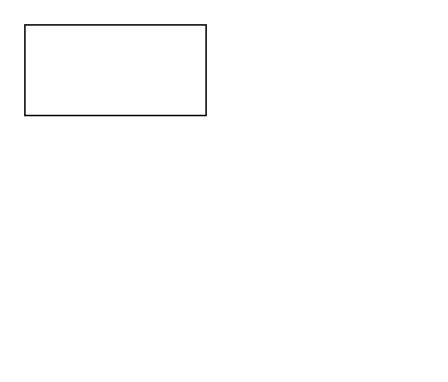
Above: 1.drawio in hellp31/Belomyttsev-Gleb-Algoritm (draw.io), before the change. Source tidied: cells renumbered, new cells numbered last; positions are measured from the earlier drawing's top-left corner, leaving out a move shared by most shapes. Both pictures are drawn from the tidied source at 151%, with x=0, y=0 at pixel (24, 24).
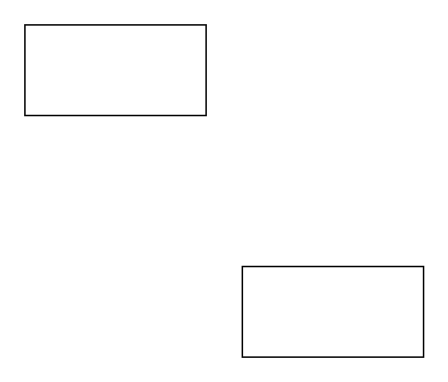
The same diagram, later.

What changed in the source:
```diff
@@
 <mxGraphModel>
   <root>
     <mxCell id="0" />
     <mxCell id="1" parent="0" />
+    <mxCell id="3" style="rounded=0;whiteSpace=wrap;html=1;" parent="1" vertex="1">
+      <mxGeometry x="144" y="160" width="120" height="60" as="geometry" />
+    </mxCell>
     <mxCell id="2" style="rounded=0;whiteSpace=wrap;html=1;" parent="1" vertex="1">
       <mxGeometry width="120" height="60" as="geometry" />
     </mxCell>
   </root>
 </mxGraphModel>
```
